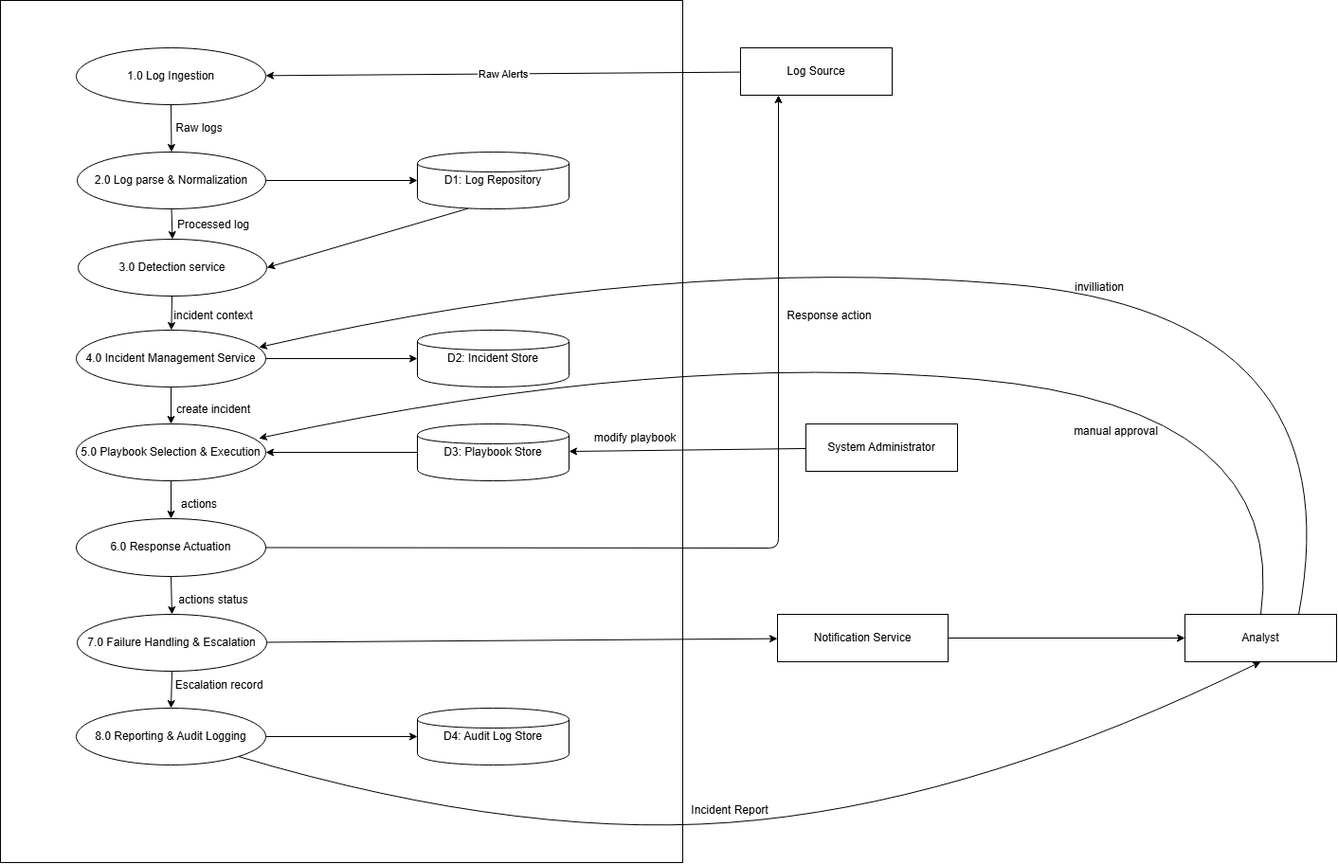
Earlier version of the draw.io export Design/data_flow_diagram(DFD)/dfd_level1.drawio.png (Shubham-kumar2311/log-driven-incident-response). Source tidied: cells renumbered, new cells last; positions are measured from the earlier drawing's top-left corner, leaving out a move shared by most shapes.
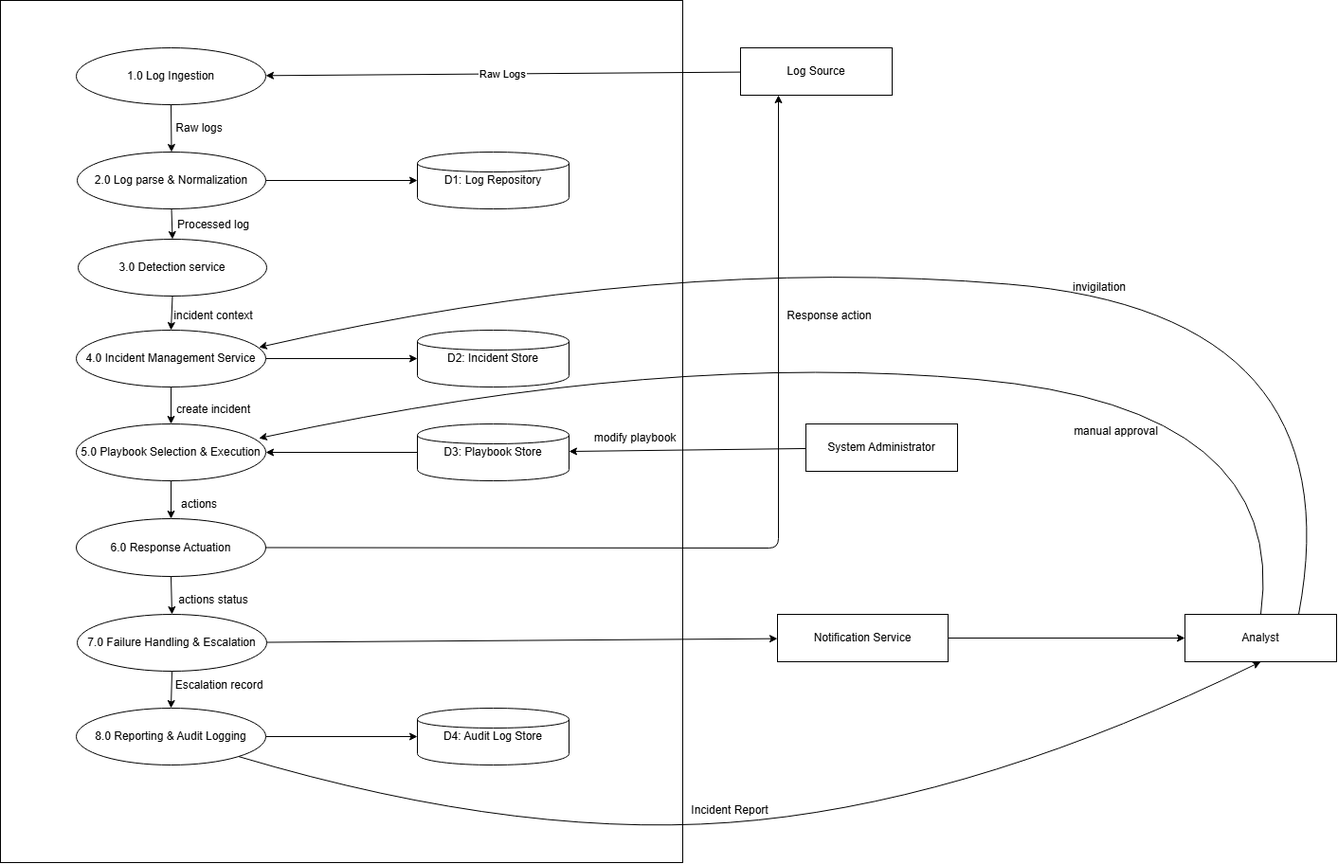
The same diagram one commit later.

Change to the diagram source:
```diff
@@ -53,7 +53,7 @@
     <mxCell id="18" value="Notification Service" style="shape=rectangle;whiteSpace=wrap;html=1;" parent="1" vertex="1">
       <mxGeometry x="820" y="648" width="180" height="50" as="geometry" />
     </mxCell>
-    <mxCell id="19" value="Raw Alerts" parent="1" edge="1" source="3" target="6">
+    <mxCell id="19" value="Raw Logs" parent="1" edge="1" source="3" target="6">
       <mxGeometry relative="1" as="geometry" />
     </mxCell>
     <mxCell id="20" parent="1" edge="1" source="6" target="7">
@@ -62,9 +62,6 @@
     <mxCell id="21" parent="1" edge="1" source="7" target="14">
       <mxGeometry relative="1" as="geometry" />
     </mxCell>
-    <mxCell id="22" style="exitX=0.334;exitY=0.993;exitDx=0;exitDy=0;exitPerimeter=0;entryX=1;entryY=0.5;entryDx=0;entryDy=0;" parent="1" edge="1" source="14" target="8">
-      <mxGeometry relative="1" as="geometry" />
-    </mxCell>
     <mxCell id="23" parent="1" edge="1" source="8" target="9">
       <mxGeometry relative="1" as="geometry" />
     </mxCell>
@@ -151,7 +148,7 @@
         </Array>
       </mxGeometry>
     </mxCell>
-    <mxCell id="47" value="invilliation" style="text;html=1;whiteSpace=wrap;strokeColor=none;fillColor=none;align=center;verticalAlign=middle;rounded=0;" parent="1" vertex="1">
+    <mxCell id="47" value="invigilation" style="text;html=1;whiteSpace=wrap;strokeColor=none;fillColor=none;align=center;verticalAlign=middle;rounded=0;" parent="1" vertex="1">
       <mxGeometry x="1130" y="288" width="60" height="30" as="geometry" />
     </mxCell>
     <mxCell id="48" value="Escalation record" style="text;html=1;whiteSpace=wrap;strokeColor=none;fillColor=none;align=center;verticalAlign=middle;rounded=0;" parent="1" vertex="1">
```
